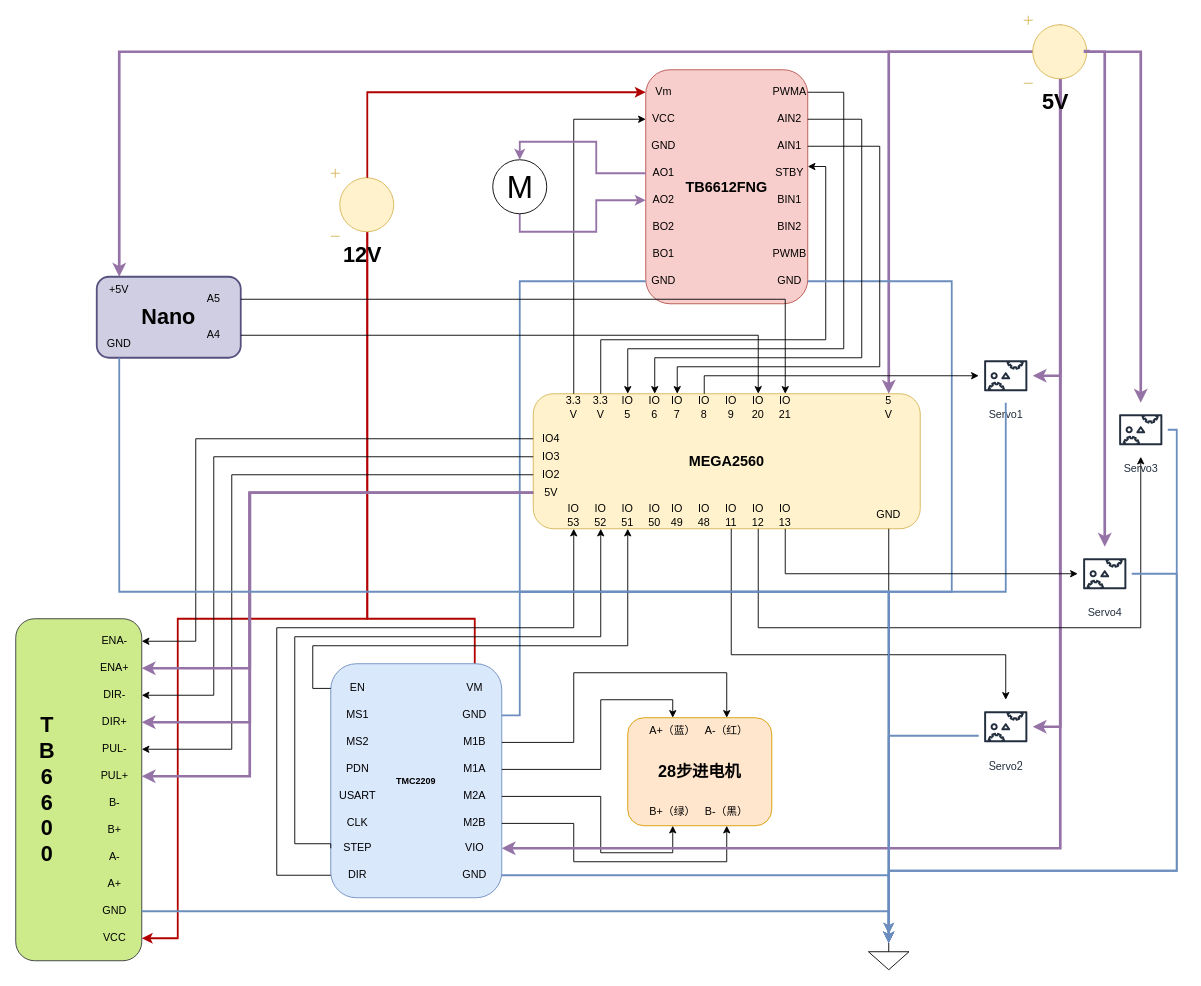
Before: 电路图出纸.drawio in xinlanzi/Induisal-design, a draw.io diagram. Source tidied: cells renumbered, new cells numbered last; positions are measured from the earlier drawing's top-left corner, leaving out a move shared by most shapes. Both pictures are drawn from the tidied source at 90%, with x=0, y=0 at pixel (15, 15).
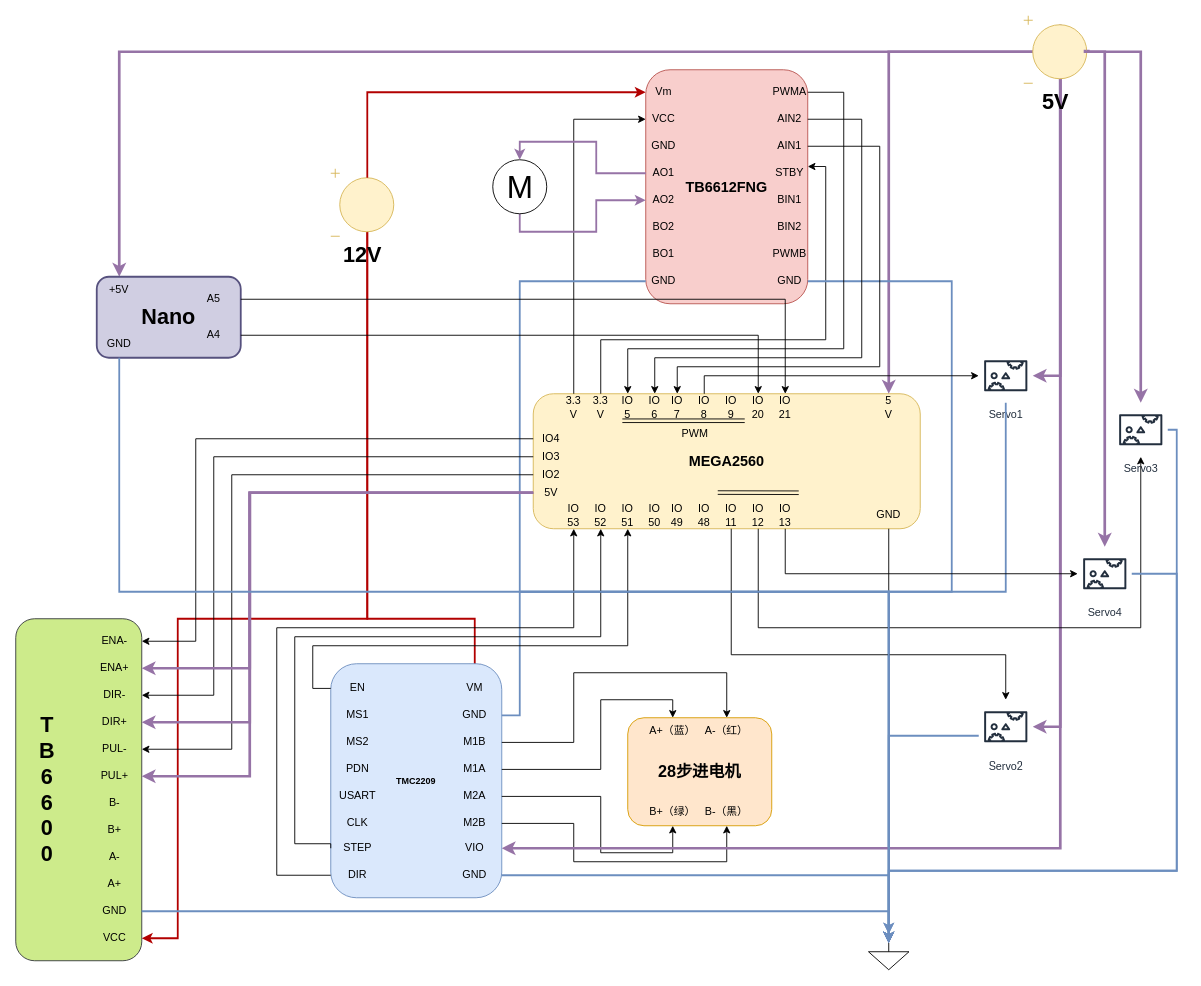
The same page after the edit.

Commit message (it also covers changes not shown here):
更新电路图出纸.drawio

The change refers to these unchanged cells:
```xml
<mxCell id="24" style="group;" parent="1" vertex="1">
  <mxGeometry x="575" y="420" width="430" height="150" as="geometry" />
</mxCell>
<mxCell id="40" value="IO&lt;div&gt;9&lt;/div&gt;" style="text;html=1;whiteSpace=wrap;strokeColor=none;fillColor=none;align=center;verticalAlign=middle;rounded=0;" parent="24" vertex="1">
  <mxGeometry x="205" width="30" height="30" as="geometry" />
</mxCell>
```

Change to the diagram source:
```diff
@@
+    <mxCell id="146" value="PWM" style="text;html=1;whiteSpace=wrap;strokeColor=none;fillColor=none;align=center;verticalAlign=middle;rounded=0;" parent="24" vertex="1">
+      <mxGeometry x="150" y="30" width="60" height="30" as="geometry" />
+    </mxCell>
+    <mxCell id="147" style="shape=link;html=1;rounded=0;entryX=1;entryY=1;entryDx=0;entryDy=0;" parent="24" edge="1" target="40">
+      <mxGeometry relative="1" as="geometry">
+        <mxPoint x="99" y="30" as="sourcePoint" />
+      </mxGeometry>
+    </mxCell>
+    <mxCell id="148" style="shape=link;html=1;rounded=0;" parent="24" edge="1">
+      <mxGeometry relative="1" as="geometry">
+        <mxPoint x="205" y="109.8" as="sourcePoint" />
+        <mxPoint x="295" y="110" as="targetPoint" />
+      </mxGeometry>
+    </mxCell>
```
